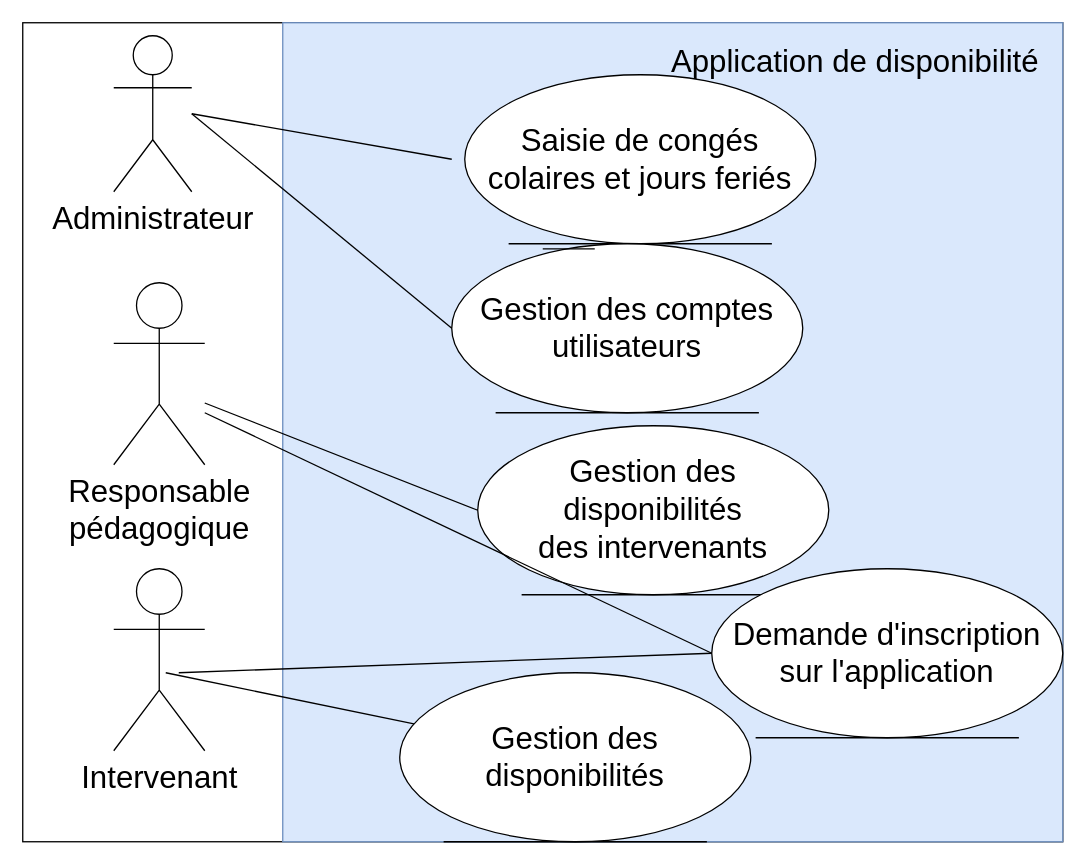
The draw.io diagram documentation/DiagrammeContexteStatic.drawio in loganSIO/atDispo, before the edit. Source tidied: cells renumbered, new cells numbered last; positions are measured from the earlier drawing's top-left corner, leaving out a move shared by most shapes. Both pictures are drawn from the tidied source at 130%, with x=0, y=0 at pixel (22, 22).
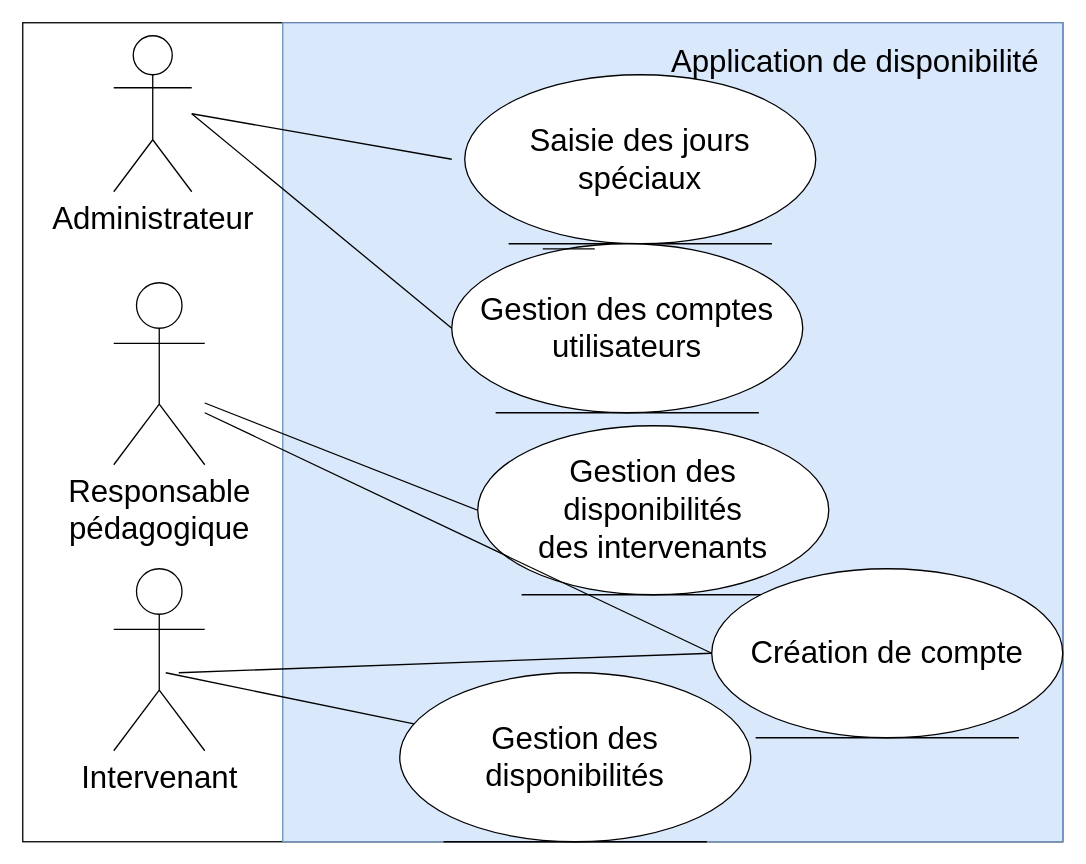
Above is the later version.

What changed in the source:
```diff
@@
-    <mxCell id="8" value="Saisie de congés colaires et jours feriés" style="ellipse;shape=umlEntity;whiteSpace=wrap;html=1;fontSize=24;" parent="1" vertex="1">
+    <mxCell id="8" value="&lt;div&gt;Saisie des jours&lt;/div&gt;&lt;div&gt;spéciaux&lt;br&gt;&lt;/div&gt;" style="ellipse;shape=umlEntity;whiteSpace=wrap;html=1;fontSize=24;" parent="1" vertex="1">
       <mxGeometry x="340" y="40" width="270" height="130" as="geometry" />
     </mxCell>
@@
-    <mxCell id="15" value="&lt;div&gt;Demande d'inscription&lt;/div&gt;&lt;div&gt;sur l'application&lt;br&gt;&lt;/div&gt;" style="ellipse;shape=umlEntity;whiteSpace=wrap;html=1;fontSize=24;" parent="1" vertex="1">
+    <mxCell id="15" value="Création de compte" style="ellipse;shape=umlEntity;whiteSpace=wrap;html=1;fontSize=24;" parent="1" vertex="1">
       <mxGeometry x="530" y="420" width="270" height="130" as="geometry" />
     </mxCell>
```
